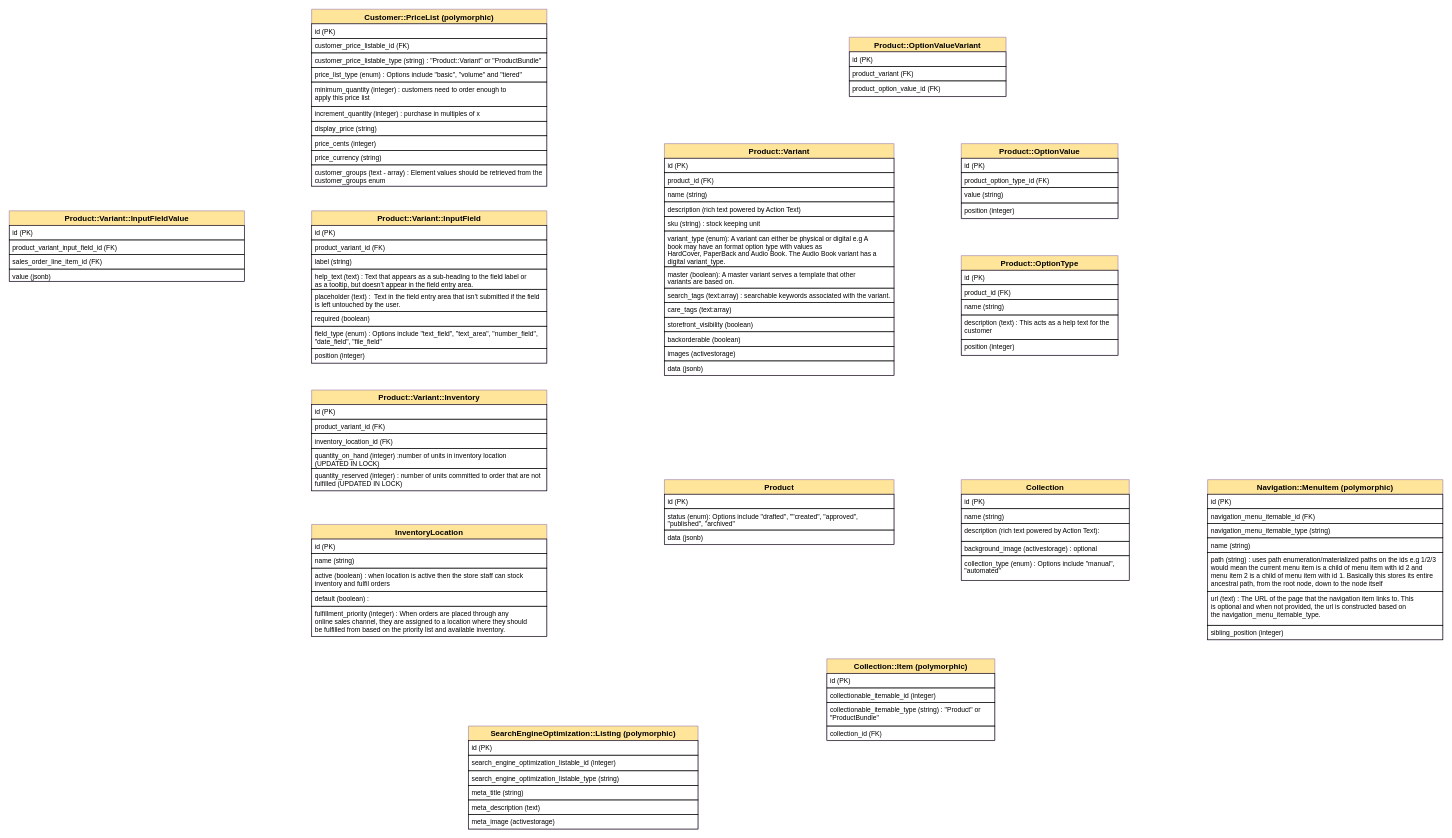
Earlier version of the draw.io diagram soko-erd.drawio (philip-maina/soko). Source tidied: cells renumbered, new cells numbered last; positions are measured from the earlier drawing's top-left corner, leaving out a move shared by most shapes. Both pictures are drawn from the tidied source at 56%, with x=0, y=0 at pixel (9, 9).
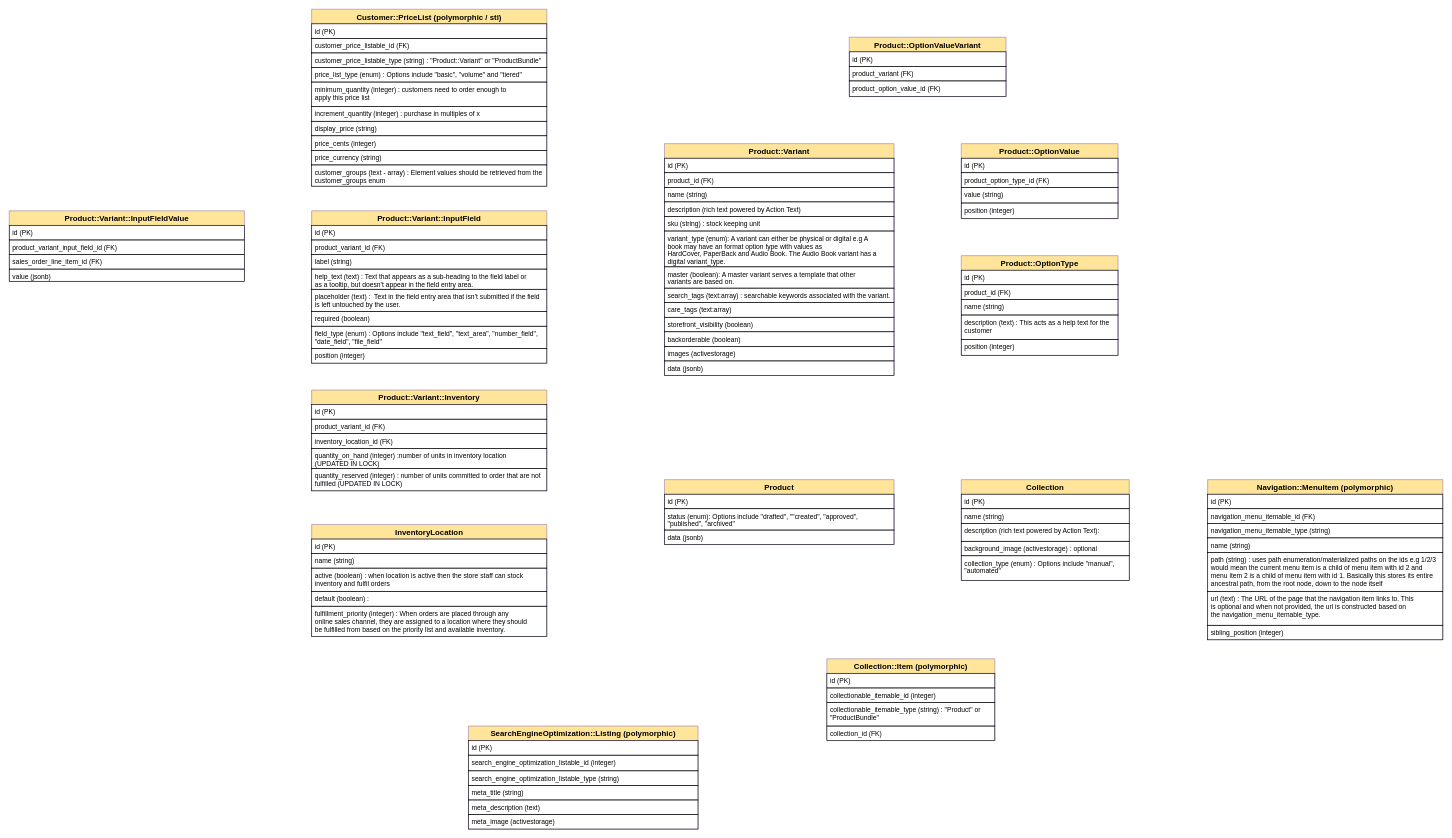
The same page after the edit.

Commit message:
chore (domain modelling): Customer::PriceList might also be a single table inheritance.

What changed in the source:
```diff
@@
-    <mxCell id="55" value="Customer::PriceList (polymorphic)" style="swimlane;fontStyle=1;horizontal=1;startSize=26;align=center;fontSize=14;strokeColor=#9673a6;fillColor=#FFE599;" parent="1" vertex="1">
+    <mxCell id="55" value="Customer::PriceList (polymorphic / sti)" style="swimlane;fontStyle=1;horizontal=1;startSize=26;align=center;fontSize=14;strokeColor=#9673a6;fillColor=#FFE599;" parent="1" vertex="1">
       <mxGeometry x="540" width="420" height="316" as="geometry" />
     </mxCell>
```
